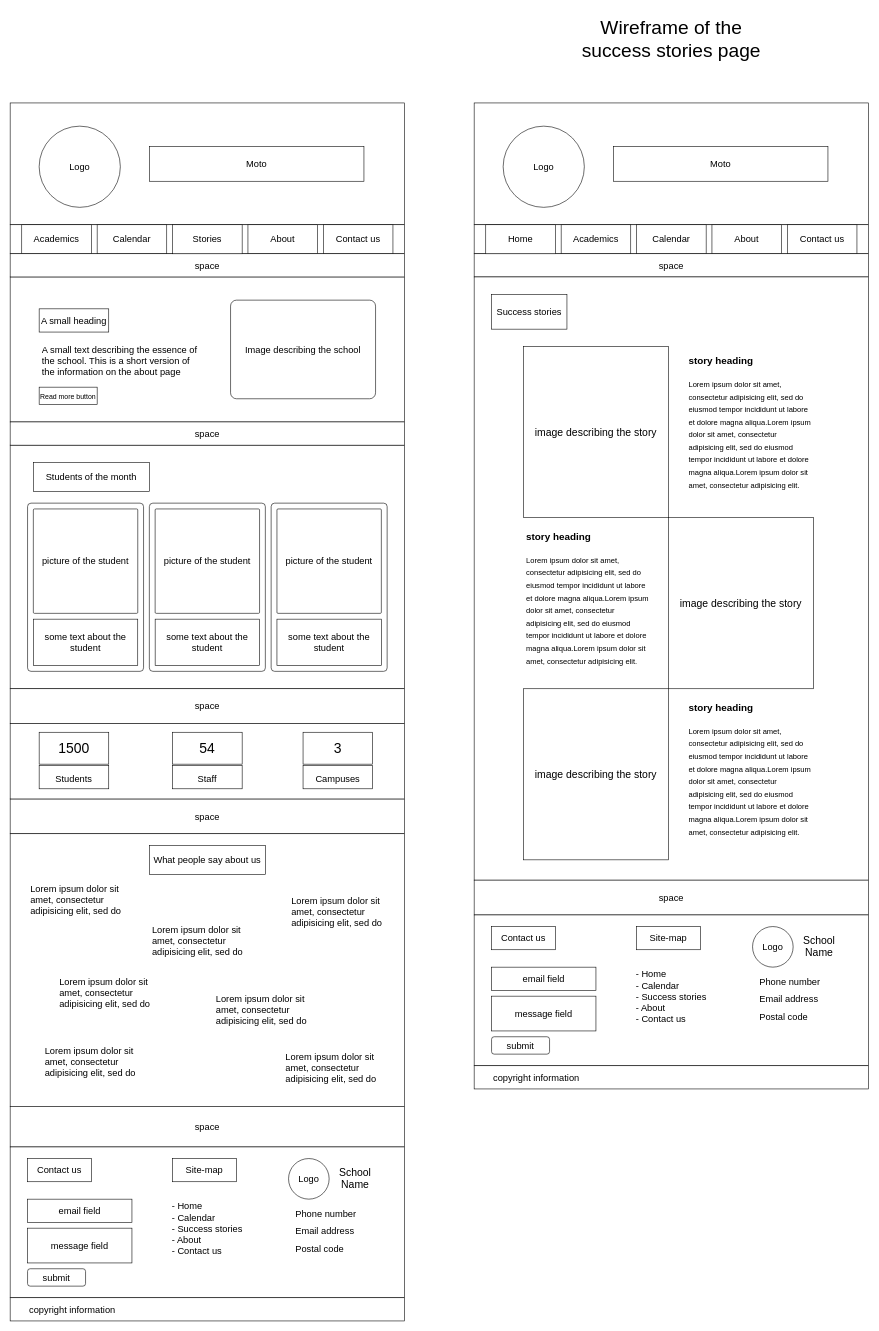
The draw.io diagram design/stories_page_wireframe.drawio in sami-bre/UGR-0848-13, before the edit. Source tidied: cells renumbered, new cells numbered last; positions are measured from the earlier drawing's top-left corner, leaving out a move shared by most shapes. Both pictures are drawn from the tidied source at 58%, with x=0, y=0 at pixel (10, 10).
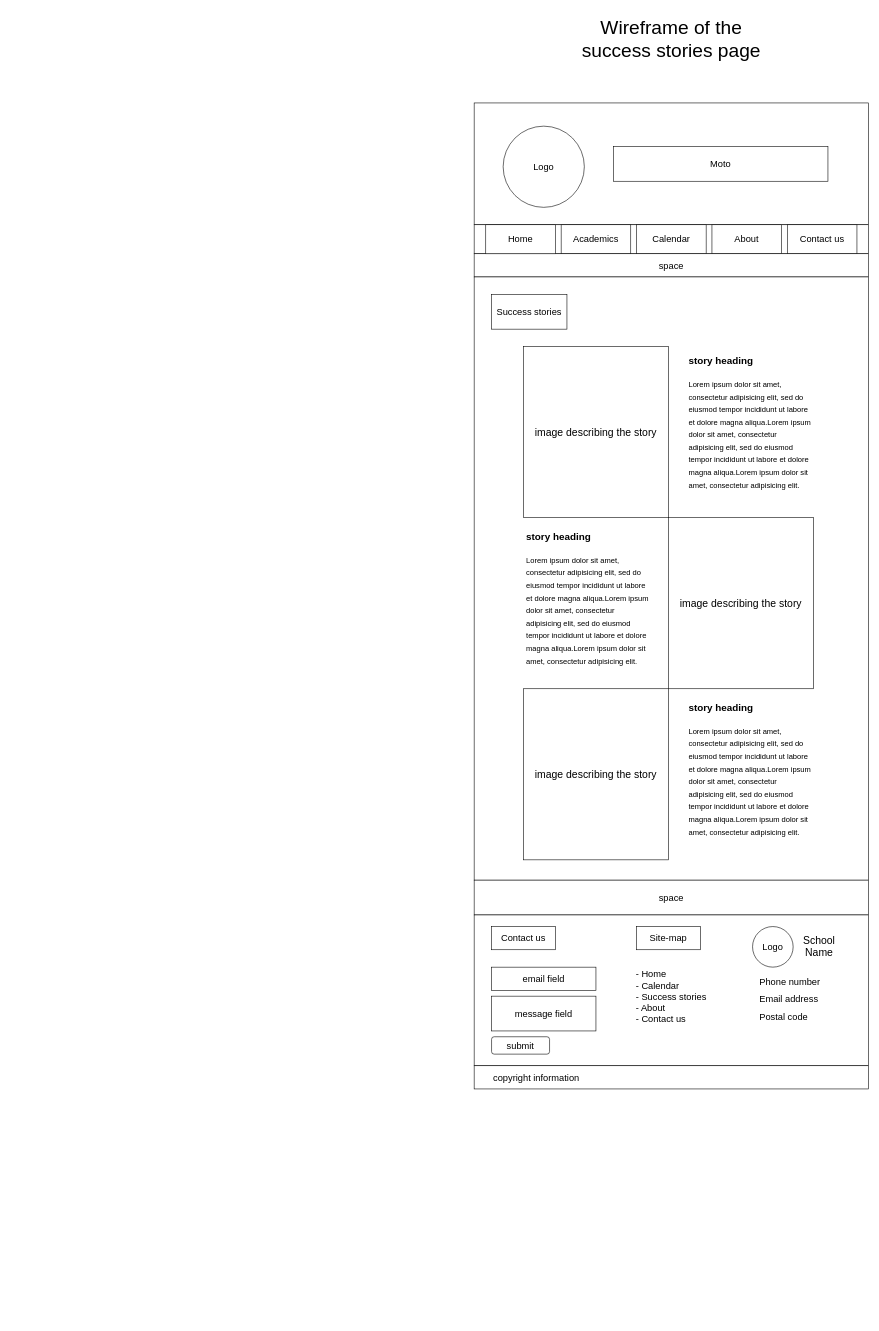
Above is the later version.

What changed in the source:
```diff
@@
-    <mxCell id="2" style="rounded=0;whiteSpace=wrap;html=1;" parent="1" vertex="1">
-      <mxGeometry y="160" width="680" height="210" as="geometry" />
-    </mxCell>
-    <mxCell id="3" value="&lt;font style=&quot;font-size: 16px;&quot;&gt;Logo&lt;/font&gt;" style="ellipse;whiteSpace=wrap;html=1;" parent="1" vertex="1">
-      <mxGeometry x="50" y="200" width="140" height="140" as="geometry" />
-    </mxCell>
-    <mxCell id="4" value="Moto" style="rounded=0;whiteSpace=wrap;html=1;fontSize=16;" parent="1" vertex="1">
-      <mxGeometry x="240" y="235" width="370" height="60" as="geometry" />
-    </mxCell>
-    <mxCell id="5" style="rounded=0;whiteSpace=wrap;html=1;fontSize=16;" parent="1" vertex="1">
-      <mxGeometry y="370" width="680" height="50" as="geometry" />
-    </mxCell>
-    <mxCell id="6" value="Academics" style="rounded=0;whiteSpace=wrap;html=1;fontSize=16;" parent="1" vertex="1">
-      <mxGeometry x="20" y="370" width="120" height="50" as="geometry" />
-    </mxCell>
-    <mxCell id="7" value="Calendar" style="rounded=0;whiteSpace=wrap;html=1;fontSize=16;" parent="1" vertex="1">
-      <mxGeometry x="150" y="370" width="120" height="50" as="geometry" />
-    </mxCell>
-    <mxCell id="8" value="About" style="rounded=0;whiteSpace=wrap;html=1;fontSize=16;" parent="1" vertex="1">
-      <mxGeometry x="410" y="370" width="120" height="50" as="geometry" />
-    </mxCell>
-    <mxCell id="9" value="Contact us" style="rounded=0;whiteSpace=wrap;html=1;fontSize=16;" parent="1" vertex="1">
-      <mxGeometry x="540" y="370" width="120" height="50" as="geometry" />
-    </mxCell>
-    <mxCell id="10" style="rounded=0;whiteSpace=wrap;html=1;fontSize=16;" parent="1" vertex="1">
-      <mxGeometry y="460" width="680" height="250" as="geometry" />
-    </mxCell>
-    <mxCell id="11" value="Image describing the school" style="rounded=1;whiteSpace=wrap;html=1;fontSize=16;arcSize=6;" parent="1" vertex="1">
-      <mxGeometry x="380" y="500" width="250" height="170" as="geometry" />
-    </mxCell>
-    <mxCell id="12" value="space" style="rounded=0;whiteSpace=wrap;html=1;fontSize=16;" parent="1" vertex="1">
-      <mxGeometry y="420" width="680" height="40" as="geometry" />
-    </mxCell>
-    <mxCell id="13" value="&lt;p&gt;A small text describing the essence of the school. This is a short version of the information on the about page&lt;br&gt;&lt;/p&gt;" style="text;html=1;strokeColor=none;fillColor=none;spacing=5;spacingTop=-20;whiteSpace=wrap;overflow=hidden;rounded=0;fontSize=16;" parent="1" vertex="1">
-      <mxGeometry x="50" y="570" width="280" height="70" as="geometry" />
-    </mxCell>
-    <mxCell id="14" value="A small heading" style="rounded=0;whiteSpace=wrap;html=1;fontSize=16;" parent="1" vertex="1">
-      <mxGeometry x="50" y="515" width="120" height="40" as="geometry" />
-    </mxCell>
-    <mxCell id="15" value="&lt;font style=&quot;font-size: 12px;&quot;&gt;Read more button&lt;/font&gt;" style="rounded=0;whiteSpace=wrap;html=1;fontSize=16;" parent="1" vertex="1">
-      <mxGeometry x="50" y="650" width="100" height="30" as="geometry" />
-    </mxCell>
-    <mxCell id="16" style="rounded=0;whiteSpace=wrap;html=1;fontSize=12;" parent="1" vertex="1">
-      <mxGeometry y="750" width="680" height="420" as="geometry" />
-    </mxCell>
-    <mxCell id="17" value="&lt;font style=&quot;font-size: 16px;&quot;&gt;Students of the month&lt;/font&gt;" style="rounded=0;whiteSpace=wrap;html=1;fontSize=12;" parent="1" vertex="1">
-      <mxGeometry x="40" y="780" width="200" height="50" as="geometry" />
-    </mxCell>
-    <mxCell id="18" value="space" style="rounded=0;whiteSpace=wrap;html=1;fontSize=16;" parent="1" vertex="1">
-      <mxGeometry y="710" width="680" height="40" as="geometry" />
-    </mxCell>
-    <mxCell id="19" style="rounded=1;whiteSpace=wrap;html=1;fontSize=16;arcSize=3;" parent="1" vertex="1">
-      <mxGeometry x="30" y="850" width="200" height="290" as="geometry" />
-    </mxCell>
-    <mxCell id="20" value="picture of the student" style="rounded=1;whiteSpace=wrap;html=1;fontSize=16;arcSize=1;" parent="1" vertex="1">
-      <mxGeometry x="40" y="860" width="180" height="180" as="geometry" />
-    </mxCell>
-    <mxCell id="21" value="some text about the student" style="rounded=0;whiteSpace=wrap;html=1;fontSize=16;" parent="1" vertex="1">
-      <mxGeometry x="40" y="1050" width="180" height="80" as="geometry" />
-    </mxCell>
-    <mxCell id="22" style="rounded=1;whiteSpace=wrap;html=1;fontSize=16;arcSize=3;" parent="1" vertex="1">
-      <mxGeometry x="240" y="850" width="200" height="290" as="geometry" />
-    </mxCell>
-    <mxCell id="23" value="picture of the student" style="rounded=1;whiteSpace=wrap;html=1;fontSize=16;arcSize=1;" parent="1" vertex="1">
-      <mxGeometry x="250" y="860" width="180" height="180" as="geometry" />
-    </mxCell>
-    <mxCell id="24" value="some text about the student" style="rounded=0;whiteSpace=wrap;html=1;fontSize=16;" parent="1" vertex="1">
-      <mxGeometry x="250" y="1050" width="180" height="80" as="geometry" />
-    </mxCell>
-    <mxCell id="25" style="rounded=1;whiteSpace=wrap;html=1;fontSize=16;arcSize=3;" parent="1" vertex="1">
-      <mxGeometry x="450" y="850" width="200" height="290" as="geometry" />
-    </mxCell>
-    <mxCell id="26" value="picture of the student" style="rounded=1;whiteSpace=wrap;html=1;fontSize=16;arcSize=1;" parent="1" vertex="1">
-      <mxGeometry x="460" y="860" width="180" height="180" as="geometry" />
-    </mxCell>
-    <mxCell id="27" value="some text about the student" style="rounded=0;whiteSpace=wrap;html=1;fontSize=16;" parent="1" vertex="1">
-      <mxGeometry x="460" y="1050" width="180" height="80" as="geometry" />
-    </mxCell>
-    <mxCell id="28" value="space" style="rounded=0;whiteSpace=wrap;html=1;fontSize=16;" parent="1" vertex="1">
-      <mxGeometry y="1360" width="680" height="60" as="geometry" />
-    </mxCell>
-    <mxCell id="29" style="rounded=0;whiteSpace=wrap;html=1;fontSize=12;" parent="1" vertex="1">
-      <mxGeometry y="1420" width="680" height="470" as="geometry" />
-    </mxCell>
-    <mxCell id="30" value="&lt;font style=&quot;font-size: 16px;&quot;&gt;What people say about us&lt;/font&gt;" style="rounded=0;whiteSpace=wrap;html=1;fontSize=12;" parent="1" vertex="1">
-      <mxGeometry x="240" y="1440" width="200" height="50" as="geometry" />
-    </mxCell>
-    <mxCell id="31" value="&lt;p&gt;Lorem ipsum dolor sit amet, consectetur adipisicing elit, sed do &lt;br&gt;&lt;/p&gt;" style="text;html=1;strokeColor=none;fillColor=none;spacing=5;spacingTop=-20;whiteSpace=wrap;overflow=hidden;rounded=0;fontSize=16;" parent="1" vertex="1">
-      <mxGeometry x="30" y="1500" width="190" height="70" as="geometry" />
-    </mxCell>
-    <mxCell id="32" value="&lt;p&gt;Lorem ipsum dolor sit amet, consectetur adipisicing elit, sed do &lt;br&gt;&lt;/p&gt;" style="text;html=1;strokeColor=none;fillColor=none;spacing=5;spacingTop=-20;whiteSpace=wrap;overflow=hidden;rounded=0;fontSize=16;" parent="1" vertex="1">
-      <mxGeometry x="470" y="1790" width="190" height="70" as="geometry" />
-    </mxCell>
-    <mxCell id="33" value="&lt;p&gt;Lorem ipsum dolor sit amet, consectetur adipisicing elit, sed do &lt;br&gt;&lt;/p&gt;" style="text;html=1;strokeColor=none;fillColor=none;spacing=5;spacingTop=-20;whiteSpace=wrap;overflow=hidden;rounded=0;fontSize=16;" parent="1" vertex="1">
-      <mxGeometry x="240" y="1570" width="190" height="70" as="geometry" />
-    </mxCell>
-    <mxCell id="34" value="&lt;p&gt;Lorem ipsum dolor sit amet, consectetur adipisicing elit, sed do &lt;br&gt;&lt;/p&gt;" style="text;html=1;strokeColor=none;fillColor=none;spacing=5;spacingTop=-20;whiteSpace=wrap;overflow=hidden;rounded=0;fontSize=16;" parent="1" vertex="1">
-      <mxGeometry x="55" y="1780" width="190" height="70" as="geometry" />
-    </mxCell>
-    <mxCell id="35" value="&lt;p&gt;Lorem ipsum dolor sit amet, consectetur adipisicing elit, sed do &lt;br&gt;&lt;/p&gt;" style="text;html=1;strokeColor=none;fillColor=none;spacing=5;spacingTop=-20;whiteSpace=wrap;overflow=hidden;rounded=0;fontSize=16;" parent="1" vertex="1">
-      <mxGeometry x="480" y="1520" width="190" height="70" as="geometry" />
-    </mxCell>
-    <mxCell id="36" value="&lt;p&gt;Lorem ipsum dolor sit amet, consectetur adipisicing elit, sed do &lt;br&gt;&lt;/p&gt;" style="text;html=1;strokeColor=none;fillColor=none;spacing=5;spacingTop=-20;whiteSpace=wrap;overflow=hidden;rounded=0;fontSize=16;" parent="1" vertex="1">
-      <mxGeometry x="350" y="1690" width="190" height="70" as="geometry" />
-    </mxCell>
-    <mxCell id="37" value="&lt;p&gt;Lorem ipsum dolor sit amet, consectetur adipisicing elit, sed do &lt;br&gt;&lt;/p&gt;" style="text;html=1;strokeColor=none;fillColor=none;spacing=5;spacingTop=-20;whiteSpace=wrap;overflow=hidden;rounded=0;fontSize=16;" parent="1" vertex="1">
-      <mxGeometry x="80" y="1660" width="190" height="70" as="geometry" />
-    </mxCell>
-    <mxCell id="38" value="space" style="rounded=0;whiteSpace=wrap;html=1;fontSize=16;" parent="1" vertex="1">
-      <mxGeometry y="1890" width="680" height="70" as="geometry" />
-    </mxCell>
-    <mxCell id="39" style="rounded=0;whiteSpace=wrap;html=1;fontSize=16;" parent="1" vertex="1">
-      <mxGeometry y="1960" width="680" height="260" as="geometry" />
-    </mxCell>
-    <mxCell id="40" value="Contact us" style="rounded=0;whiteSpace=wrap;html=1;fontSize=16;" parent="1" vertex="1">
-      <mxGeometry x="30" y="1980" width="110" height="40" as="geometry" />
-    </mxCell>
-    <mxCell id="41" value="email field" style="rounded=0;whiteSpace=wrap;html=1;fontSize=16;" parent="1" vertex="1">
-      <mxGeometry x="30" y="2050" width="180" height="40" as="geometry" />
-    </mxCell>
-    <mxCell id="42" value="message field" style="rounded=0;whiteSpace=wrap;html=1;fontSize=16;" parent="1" vertex="1">
-      <mxGeometry x="30" y="2100" width="180" height="60" as="geometry" />
-    </mxCell>
-    <mxCell id="43" value="submit" style="rounded=1;whiteSpace=wrap;html=1;fontSize=16;" parent="1" vertex="1">
-      <mxGeometry x="30" y="2170" width="100" height="30" as="geometry" />
-    </mxCell>
-    <mxCell id="44" value="Site-map" style="rounded=0;whiteSpace=wrap;html=1;fontSize=16;" parent="1" vertex="1">
-      <mxGeometry x="280" y="1980" width="110" height="40" as="geometry" />
-    </mxCell>
-    <mxCell id="45" value="&lt;div align=&quot;left&quot;&gt;- Home&lt;/div&gt;&lt;div align=&quot;left&quot;&gt;- Calendar&lt;/div&gt;&lt;div align=&quot;left&quot;&gt;- Success stories&lt;br&gt;&lt;/div&gt;&lt;div align=&quot;left&quot;&gt;- About&lt;/div&gt;&lt;div align=&quot;left&quot;&gt;- Contact us&lt;/div&gt;&lt;div&gt;&lt;br&gt;&lt;/div&gt;&lt;div&gt;&lt;br&gt;&lt;/div&gt;" style="text;html=1;strokeColor=none;fillColor=none;align=center;verticalAlign=middle;whiteSpace=wrap;rounded=0;fontSize=16;" parent="1" vertex="1">
-      <mxGeometry x="270" y="2050" width="140" height="140" as="geometry" />
-    </mxCell>
-    <mxCell id="46" value="Logo" style="ellipse;whiteSpace=wrap;html=1;fontSize=16;" parent="1" vertex="1">
-      <mxGeometry x="480" y="1980" width="70" height="70" as="geometry" />
-    </mxCell>
-    <mxCell id="47" value="&lt;font style=&quot;font-size: 18px;&quot;&gt;School Name&lt;/font&gt;" style="text;html=1;strokeColor=none;fillColor=none;align=center;verticalAlign=middle;whiteSpace=wrap;rounded=0;fontSize=16;" parent="1" vertex="1">
-      <mxGeometry x="550" y="1985" width="90" height="60" as="geometry" />
-    </mxCell>
-    <mxCell id="48" value="&lt;div align=&quot;left&quot;&gt;&lt;font style=&quot;font-size: 16px;&quot;&gt;Phone number&lt;/font&gt;&lt;/div&gt;" style="text;html=1;strokeColor=none;fillColor=none;align=left;verticalAlign=middle;whiteSpace=wrap;rounded=0;fontSize=18;" parent="1" vertex="1">
-      <mxGeometry x="490" y="2060" width="135" height="30" as="geometry" />
-    </mxCell>
-    <mxCell id="49" value="&lt;div style=&quot;font-size: 16px;&quot; align=&quot;left&quot;&gt;&lt;font style=&quot;font-size: 16px;&quot;&gt;Email address&lt;br&gt;&lt;/font&gt;&lt;/div&gt;" style="text;html=1;strokeColor=none;fillColor=none;align=left;verticalAlign=middle;whiteSpace=wrap;rounded=0;fontSize=18;" parent="1" vertex="1">
-      <mxGeometry x="490" y="2090" width="135" height="30" as="geometry" />
-    </mxCell>
-    <mxCell id="50" value="&lt;font style=&quot;font-size: 16px;&quot;&gt;Postal code&lt;/font&gt;" style="text;html=1;strokeColor=none;fillColor=none;align=left;verticalAlign=middle;whiteSpace=wrap;rounded=0;fontSize=18;" parent="1" vertex="1">
-      <mxGeometry x="490" y="2120" width="135" height="30" as="geometry" />
-    </mxCell>
-    <mxCell id="51" value="&lt;div align=&quot;left&quot;&gt;&amp;nbsp;&amp;nbsp;&amp;nbsp;&amp;nbsp;&amp;nbsp;&amp;nbsp; copyright information&lt;br&gt;&lt;/div&gt;" style="rounded=0;whiteSpace=wrap;html=1;fontSize=16;align=left;" parent="1" vertex="1">
-      <mxGeometry y="2220" width="680" height="40" as="geometry" />
-    </mxCell>
@@
-    <mxCell id="53" value="Stories" style="rounded=0;whiteSpace=wrap;html=1;fontSize=16;" parent="1" vertex="1">
-      <mxGeometry x="280" y="370" width="120" height="50" as="geometry" />
-    </mxCell>
-    <mxCell id="54" value="&lt;font style=&quot;font-size: 16px;&quot;&gt;space&lt;/font&gt;" style="rounded=0;whiteSpace=wrap;html=1;fontSize=14;" parent="1" vertex="1">
-      <mxGeometry y="1170" width="680" height="60" as="geometry" />
-    </mxCell>
-    <mxCell id="55" style="rounded=0;whiteSpace=wrap;html=1;fontSize=16;" parent="1" vertex="1">
-      <mxGeometry y="1230" width="680" height="130" as="geometry" />
-    </mxCell>
-    <mxCell id="56" value="&lt;font style=&quot;font-size: 24px;&quot;&gt;1500&lt;/font&gt;" style="rounded=0;whiteSpace=wrap;html=1;fontSize=16;" parent="1" vertex="1">
-      <mxGeometry x="50" y="1245" width="120" height="55" as="geometry" />
-    </mxCell>
-    <mxCell id="57" value="&lt;font style=&quot;font-size: 24px;&quot;&gt;54&lt;/font&gt;" style="rounded=0;whiteSpace=wrap;html=1;fontSize=16;" parent="1" vertex="1">
-      <mxGeometry x="280" y="1245" width="120" height="55" as="geometry" />
-    </mxCell>
-    <mxCell id="58" value="&lt;font style=&quot;font-size: 24px;&quot;&gt;3&lt;/font&gt;" style="rounded=0;whiteSpace=wrap;html=1;fontSize=16;" parent="1" vertex="1">
-      <mxGeometry x="505" y="1245" width="120" height="55" as="geometry" />
-    </mxCell>
-    <mxCell id="59" value="&lt;font style=&quot;font-size: 16px;&quot;&gt;Students&lt;/font&gt;" style="rounded=0;whiteSpace=wrap;html=1;fontSize=24;" parent="1" vertex="1">
-      <mxGeometry x="50" y="1302.5" width="120" height="40" as="geometry" />
-    </mxCell>
-    <mxCell id="60" value="&lt;font style=&quot;font-size: 16px;&quot;&gt;Staff&lt;/font&gt;" style="rounded=0;whiteSpace=wrap;html=1;fontSize=24;" parent="1" vertex="1">
-      <mxGeometry x="280" y="1302.5" width="120" height="40" as="geometry" />
-    </mxCell>
-    <mxCell id="61" value="&lt;font style=&quot;font-size: 16px;&quot;&gt;Campuses&lt;/font&gt;" style="rounded=0;whiteSpace=wrap;html=1;fontSize=24;" parent="1" vertex="1">
-      <mxGeometry x="505" y="1302.5" width="120" height="40" as="geometry" />
-    </mxCell>
```
